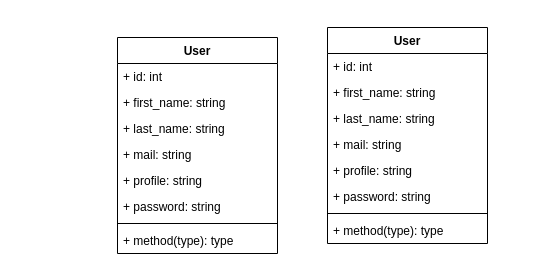
This is LARAVEL_API/MailApp.drawio from adoumasseo/UML-Modeling, a draw.io file, before an edit. Source tidied: cells renumbered, new cells numbered last; positions are measured from the earlier drawing's top-left corner, leaving out a move shared by most shapes. Both pictures are drawn from the tidied source at 100%, with x=0, y=0 at pixel (117, 27).
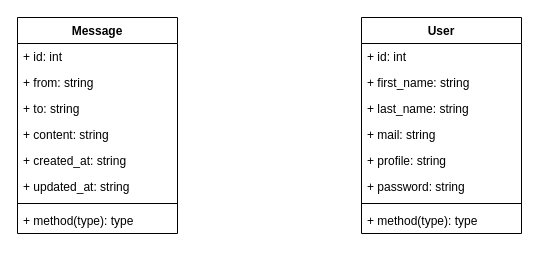
Above is the later version.

What changed in the source:
```diff
@@
 <mxGraphModel>
   <root>
     <mxCell id="0" />
     <mxCell id="1" parent="0" />
     <mxCell id="2" value="User" style="swimlane;fontStyle=1;align=center;verticalAlign=top;horizontal=1;startSize=26;whiteSpace=wrap;html=1;" parent="1" vertex="1">
-      <mxGeometry x="210" width="160" height="216" as="geometry" />
+      <mxGeometry x="244" y="-10" width="160" height="216" as="geometry" />
     </mxCell>
     <mxCell id="3" value="&lt;div&gt;+ id: int&lt;/div&gt;" style="text;strokeColor=none;fillColor=none;align=left;verticalAlign=top;spacingLeft=4;spacingRight=4;overflow=hidden;whiteSpace=wrap;html=1;" parent="2" vertex="1">
       <mxGeometry y="26" width="160" height="26" as="geometry" />
     </mxCell>
     <mxCell id="4" value="&lt;div&gt;+ first_name: string&lt;br&gt;&lt;/div&gt;" style="text;strokeColor=none;fillColor=none;align=left;verticalAlign=top;spacingLeft=4;spacingRight=4;overflow=hidden;whiteSpace=wrap;html=1;" parent="2" vertex="1">
       <mxGeometry y="52" width="160" height="26" as="geometry" />
     </mxCell>
     <mxCell id="5" value="&lt;div&gt;+ last_name: string&lt;br&gt;&lt;/div&gt;" style="text;strokeColor=none;fillColor=none;align=left;verticalAlign=top;spacingLeft=4;spacingRight=4;overflow=hidden;whiteSpace=wrap;html=1;" parent="2" vertex="1">
       <mxGeometry y="78" width="160" height="26" as="geometry" />
     </mxCell>
     <mxCell id="6" value="&lt;div&gt;+ mail: string&lt;br&gt;&lt;/div&gt;" style="text;strokeColor=none;fillColor=none;align=left;verticalAlign=top;spacingLeft=4;spacingRight=4;overflow=hidden;whiteSpace=wrap;html=1;" parent="2" vertex="1">
       <mxGeometry y="104" width="160" height="26" as="geometry" />
     </mxCell>
     <mxCell id="7" value="&lt;div&gt;+ profile: string&lt;br&gt;&lt;/div&gt;" style="text;strokeColor=none;fillColor=none;align=left;verticalAlign=top;spacingLeft=4;spacingRight=4;overflow=hidden;whiteSpace=wrap;html=1;" parent="2" vertex="1">
       <mxGeometry y="130" width="160" height="26" as="geometry" />
     </mxCell>
     <mxCell id="8" value="&lt;div&gt;+ password: string&lt;br&gt;&lt;/div&gt;" style="text;strokeColor=none;fillColor=none;align=left;verticalAlign=top;spacingLeft=4;spacingRight=4;overflow=hidden;whiteSpace=wrap;html=1;" parent="2" vertex="1">
       <mxGeometry y="156" width="160" height="26" as="geometry" />
     </mxCell>
     <mxCell id="9" style="line;strokeWidth=1;fillColor=none;align=left;verticalAlign=middle;spacingTop=-1;spacingLeft=3;spacingRight=3;labelPosition=right;strokeColor=inherit;" parent="2" vertex="1">
       <mxGeometry y="182" width="160" height="8" as="geometry" />
     </mxCell>
     <mxCell id="10" value="+ method(type): type" style="text;strokeColor=none;fillColor=none;align=left;verticalAlign=top;spacingLeft=4;spacingRight=4;overflow=hidden;whiteSpace=wrap;html=1;" parent="2" vertex="1">
       <mxGeometry y="190" width="160" height="26" as="geometry" />
     </mxCell>
-    <mxCell id="11" value="User" style="swimlane;fontStyle=1;align=center;verticalAlign=top;horizontal=1;startSize=26;whiteSpace=wrap;html=1;" parent="1" vertex="1">
-      <mxGeometry y="10" width="160" height="216" as="geometry" />
+    <mxCell id="11" value="Message" style="swimlane;fontStyle=1;align=center;verticalAlign=top;horizontal=1;startSize=26;whiteSpace=wrap;html=1;" parent="1" vertex="1">
+      <mxGeometry x="-100" y="-10" width="160" height="216" as="geometry" />
     </mxCell>
     <mxCell id="12" value="&lt;div&gt;+ id: int&lt;/div&gt;" style="text;strokeColor=none;fillColor=none;align=left;verticalAlign=top;spacingLeft=4;spacingRight=4;overflow=hidden;whiteSpace=wrap;html=1;" parent="11" vertex="1">
       <mxGeometry y="26" width="160" height="26" as="geometry" />
     </mxCell>
-    <mxCell id="13" value="&lt;div&gt;+ first_name: string&lt;br&gt;&lt;/div&gt;" style="text;strokeColor=none;fillColor=none;align=left;verticalAlign=top;spacingLeft=4;spacingRight=4;overflow=hidden;whiteSpace=wrap;html=1;" parent="11" vertex="1">
+    <mxCell id="13" value="&lt;div&gt;+ from: string&lt;br&gt;&lt;/div&gt;" style="text;strokeColor=none;fillColor=none;align=left;verticalAlign=top;spacingLeft=4;spacingRight=4;overflow=hidden;whiteSpace=wrap;html=1;" parent="11" vertex="1">
       <mxGeometry y="52" width="160" height="26" as="geometry" />
     </mxCell>
-    <mxCell id="14" value="&lt;div&gt;+ last_name: string&lt;br&gt;&lt;/div&gt;" style="text;strokeColor=none;fillColor=none;align=left;verticalAlign=top;spacingLeft=4;spacingRight=4;overflow=hidden;whiteSpace=wrap;html=1;" parent="11" vertex="1">
+    <mxCell id="14" value="&lt;div&gt;+ to: string&lt;br&gt;&lt;/div&gt;" style="text;strokeColor=none;fillColor=none;align=left;verticalAlign=top;spacingLeft=4;spacingRight=4;overflow=hidden;whiteSpace=wrap;html=1;" parent="11" vertex="1">
       <mxGeometry y="78" width="160" height="26" as="geometry" />
     </mxCell>
-    <mxCell id="15" value="&lt;div&gt;+ mail: string&lt;br&gt;&lt;/div&gt;" style="text;strokeColor=none;fillColor=none;align=left;verticalAlign=top;spacingLeft=4;spacingRight=4;overflow=hidden;whiteSpace=wrap;html=1;" parent="11" vertex="1">
+    <mxCell id="15" value="&lt;div&gt;+ content: string&lt;br&gt;&lt;/div&gt;" style="text;strokeColor=none;fillColor=none;align=left;verticalAlign=top;spacingLeft=4;spacingRight=4;overflow=hidden;whiteSpace=wrap;html=1;" parent="11" vertex="1">
       <mxGeometry y="104" width="160" height="26" as="geometry" />
     </mxCell>
-    <mxCell id="16" value="&lt;div&gt;+ profile: string&lt;br&gt;&lt;/div&gt;" style="text;strokeColor=none;fillColor=none;align=left;verticalAlign=top;spacingLeft=4;spacingRight=4;overflow=hidden;whiteSpace=wrap;html=1;" parent="11" vertex="1">
+    <mxCell id="16" value="&lt;div&gt;+ created_at: string&lt;br&gt;&lt;/div&gt;" style="text;strokeColor=none;fillColor=none;align=left;verticalAlign=top;spacingLeft=4;spacingRight=4;overflow=hidden;whiteSpace=wrap;html=1;" parent="11" vertex="1">
       <mxGeometry y="130" width="160" height="26" as="geometry" />
     </mxCell>
-    <mxCell id="17" value="&lt;div&gt;+ password: string&lt;br&gt;&lt;/div&gt;" style="text;strokeColor=none;fillColor=none;align=left;verticalAlign=top;spacingLeft=4;spacingRight=4;overflow=hidden;whiteSpace=wrap;html=1;" parent="11" vertex="1">
+    <mxCell id="17" value="&lt;div&gt;+ updated_at: string&lt;br&gt;&lt;/div&gt;" style="text;strokeColor=none;fillColor=none;align=left;verticalAlign=top;spacingLeft=4;spacingRight=4;overflow=hidden;whiteSpace=wrap;html=1;" parent="11" vertex="1">
       <mxGeometry y="156" width="160" height="26" as="geometry" />
     </mxCell>
     <mxCell id="18" style="line;strokeWidth=1;fillColor=none;align=left;verticalAlign=middle;spacingTop=-1;spacingLeft=3;spacingRight=3;labelPosition=right;strokeColor=inherit;" parent="11" vertex="1">
       <mxGeometry y="182" width="160" height="8" as="geometry" />
     </mxCell>
     <mxCell id="19" value="+ method(type): type" style="text;strokeColor=none;fillColor=none;align=left;verticalAlign=top;spacingLeft=4;spacingRight=4;overflow=hidden;whiteSpace=wrap;html=1;" parent="11" vertex="1">
       <mxGeometry y="190" width="160" height="26" as="geometry" />
     </mxCell>
   </root>
 </mxGraphModel>
```
